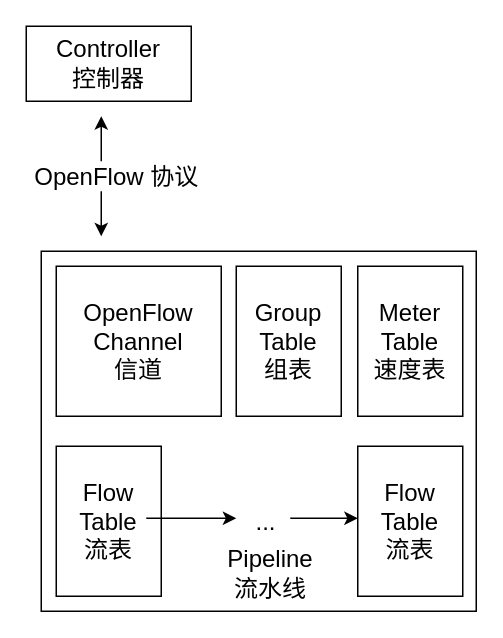
The draw.io diagram page "第 2 页" (2 of 2) of openflow.drawio in waterwatermelon/graph, before the edit. Source tidied: cells renumbered, new cells numbered last; positions are measured from the earlier drawing's top-left corner, leaving out a move shared by most shapes. Both pictures are drawn from the tidied source at 150%, with x=0, y=0 at pixel (26, 26).
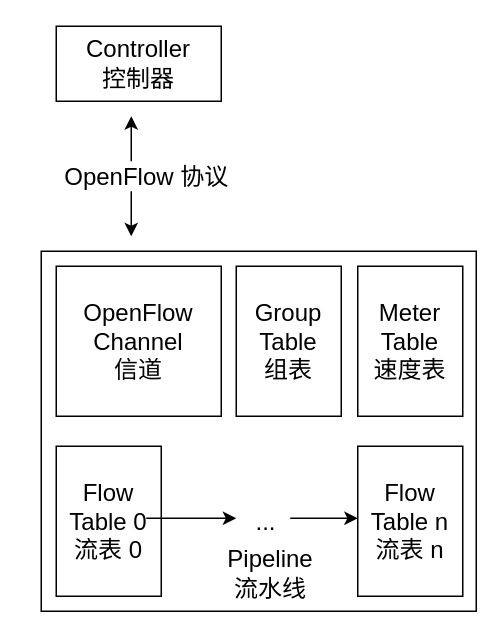
Above is the later version.

The edit, as a diff of the source:
```diff
@@
 <mxGraphModel>
   <root>
     <mxCell id="0" />
     <mxCell id="1" parent="0" />
     <mxCell id="2" value="Controller&lt;br&gt;控制器" style="rounded=0;whiteSpace=wrap;html=1;fontSize=16;" parent="1" vertex="1">
-      <mxGeometry width="110" height="50" as="geometry" />
+      <mxGeometry x="20" width="110" height="50" as="geometry" />
     </mxCell>
     <mxCell id="3" style="rounded=0;whiteSpace=wrap;html=1;fontSize=16;" parent="1" vertex="1">
       <mxGeometry x="10" y="150" width="290" height="240" as="geometry" />
     </mxCell>
     <mxCell id="4" style="endArrow=classic;startArrow=classic;html=1;fontSize=16;" parent="1" edge="1">
       <mxGeometry relative="1" as="geometry">
-        <mxPoint x="50" y="140" as="sourcePoint" />
-        <mxPoint x="50" y="60" as="targetPoint" />
+        <mxPoint x="70" y="140" as="sourcePoint" />
+        <mxPoint x="70" y="60" as="targetPoint" />
       </mxGeometry>
     </mxCell>
     <mxCell id="5" value="OpenFlow Channel&lt;br&gt;信道" style="rounded=0;whiteSpace=wrap;html=1;fontSize=16;" parent="1" vertex="1">
       <mxGeometry x="20" y="160" width="110" height="100" as="geometry" />
     </mxCell>
-    <mxCell id="6" value="Flow Table&lt;br&gt;流表" style="rounded=0;whiteSpace=wrap;html=1;fontSize=16;" parent="1" vertex="1">
+    <mxCell id="6" value="Flow Table 0&lt;br&gt;流表 0" style="rounded=0;whiteSpace=wrap;html=1;fontSize=16;" parent="1" vertex="1">
       <mxGeometry x="20" y="280" width="70" height="100" as="geometry" />
     </mxCell>
     <mxCell id="7" value="Group&lt;br&gt;Table&lt;br&gt;组表" style="rounded=0;whiteSpace=wrap;html=1;fontSize=16;" parent="1" vertex="1">
       <mxGeometry x="140" y="160" width="70" height="100" as="geometry" />
     </mxCell>
     <mxCell id="8" value="Meter&lt;br&gt;Table&lt;br&gt;速度表" style="rounded=0;whiteSpace=wrap;html=1;fontSize=16;" parent="1" vertex="1">
       <mxGeometry x="221" y="160" width="70" height="100" as="geometry" />
     </mxCell>
-    <mxCell id="9" value="Flow Table&lt;br&gt;流表" style="rounded=0;whiteSpace=wrap;html=1;fontSize=16;" parent="1" vertex="1">
+    <mxCell id="9" value="Flow Table n&lt;br&gt;流表 n" style="rounded=0;whiteSpace=wrap;html=1;fontSize=16;" parent="1" vertex="1">
       <mxGeometry x="221" y="280" width="70" height="100" as="geometry" />
     </mxCell>
     <mxCell id="10" style="endArrow=classic;html=1;fontSize=16;" parent="1" edge="1">
       <mxGeometry relative="1" as="geometry">
         <mxPoint x="176" y="328" as="sourcePoint" />
         <mxPoint x="221" y="328" as="targetPoint" />
       </mxGeometry>
     </mxCell>
     <mxCell id="11" value="Pipeline&lt;br&gt;流水线" style="text;html=1;strokeColor=none;fillColor=none;align=center;verticalAlign=middle;whiteSpace=wrap;rounded=0;fontSize=16;" parent="1" vertex="1">
       <mxGeometry x="143" y="355" width="40" height="20" as="geometry" />
     </mxCell>
     <mxCell id="12" value="..." style="text;html=1;strokeColor=none;fillColor=none;align=center;verticalAlign=middle;whiteSpace=wrap;rounded=0;fontSize=16;" parent="1" vertex="1">
       <mxGeometry x="140" y="320" width="40" height="20" as="geometry" />
     </mxCell>
     <mxCell id="13" style="endArrow=classic;html=1;fontSize=16;" parent="1" edge="1">
       <mxGeometry relative="1" as="geometry">
         <mxPoint x="80" y="328" as="sourcePoint" />
         <mxPoint x="140" y="328" as="targetPoint" />
       </mxGeometry>
     </mxCell>
     <mxCell id="14" value="OpenFlow 协议" style="text;html=1;align=center;verticalAlign=middle;fontSize=16;fillColor=#ffffff;" parent="1" vertex="1">
-      <mxGeometry y="90" width="120" height="20" as="geometry" />
+      <mxGeometry x="20" y="90" width="120" height="20" as="geometry" />
     </mxCell>
   </root>
 </mxGraphModel>
```
